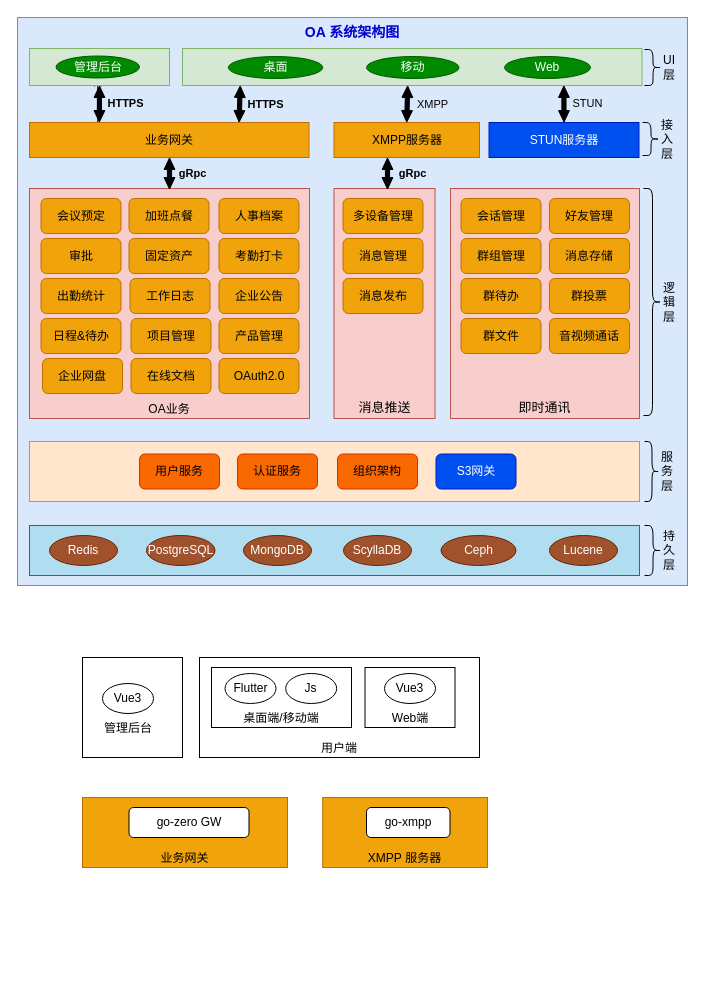
The draw.io diagram page "OA架构图" (3 of 4) of StreamOA架构设计.drawio in zebra-min/my-design, before the edit. Source tidied: cells renumbered, new cells numbered last; positions are measured from the earlier drawing's top-left corner, leaving out a move shared by most shapes. Both pictures are drawn from the tidied source at 100%, with x=0, y=0 at pixel (17, 17).
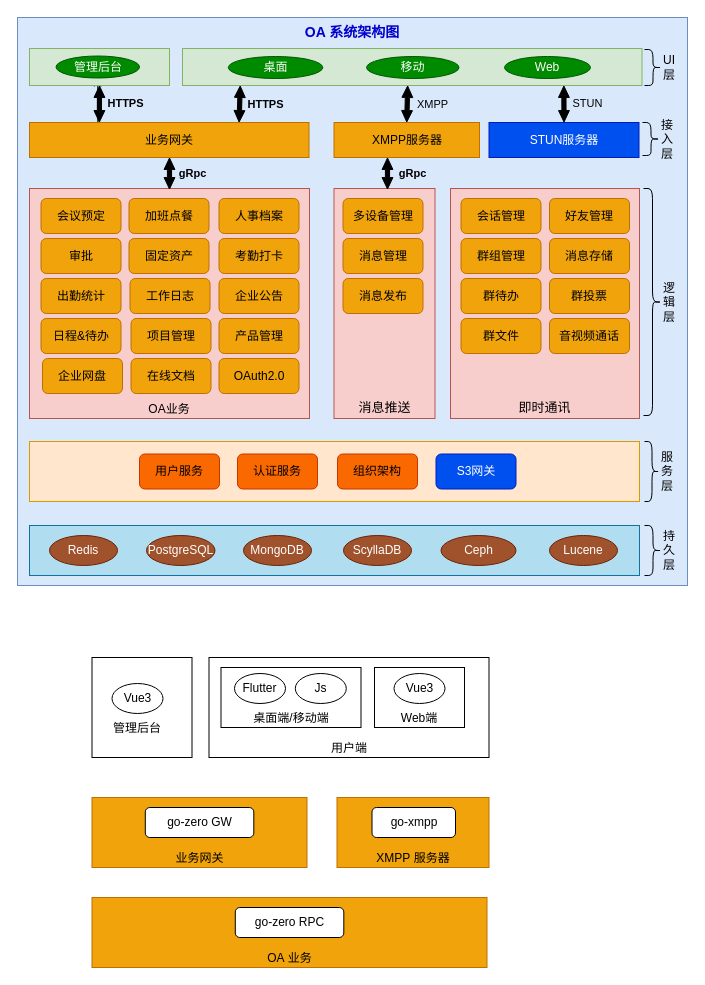
Above is the later version.

Commit message:
更新StreamOA架构设计.drawio

Diff of the diagram source:
```diff
@@
     <mxCell id="2" value="用户端" style="rounded=0;whiteSpace=wrap;html=1;verticalAlign=bottom;" parent="1" vertex="1">
-      <mxGeometry x="182" y="640" width="280" height="100" as="geometry" />
+      <mxGeometry x="191.5" y="640" width="280" height="100" as="geometry" />
     </mxCell>
@@
     <mxCell id="72" style="rounded=0;whiteSpace=wrap;html=1;verticalAlign=bottom;" parent="1" vertex="1">
-      <mxGeometry x="65" y="640" width="100" height="100" as="geometry" />
+      <mxGeometry x="74.5" y="640" width="100" height="100" as="geometry" />
     </mxCell>
     <mxCell id="73" value="Vue3" style="ellipse;whiteSpace=wrap;html=1;" parent="1" vertex="1">
-      <mxGeometry x="85" y="666" width="51" height="30" as="geometry" />
+      <mxGeometry x="94.5" y="666" width="51" height="30" as="geometry" />
     </mxCell>
     <mxCell id="74" value="桌面端/移动端" style="rounded=0;whiteSpace=wrap;html=1;verticalAlign=bottom;" parent="1" vertex="1">
-      <mxGeometry x="194" y="650" width="140" height="60" as="geometry" />
+      <mxGeometry x="203.5" y="650" width="140" height="60" as="geometry" />
     </mxCell>
     <mxCell id="75" value="Flutter" style="ellipse;whiteSpace=wrap;html=1;" parent="1" vertex="1">
-      <mxGeometry x="207.5" y="656" width="51" height="30" as="geometry" />
+      <mxGeometry x="217" y="656" width="51" height="30" as="geometry" />
     </mxCell>
     <mxCell id="76" value="Js" style="ellipse;whiteSpace=wrap;html=1;" parent="1" vertex="1">
-      <mxGeometry x="268.2" y="656" width="51" height="30" as="geometry" />
+      <mxGeometry x="277.8" y="656" width="51" height="30" as="geometry" />
     </mxCell>
     <mxCell id="77" value="Web端" style="rounded=0;whiteSpace=wrap;html=1;verticalAlign=bottom;" parent="1" vertex="1">
-      <mxGeometry x="347.5" y="650" width="90" height="60" as="geometry" />
+      <mxGeometry x="357" y="650" width="90" height="60" as="geometry" />
     </mxCell>
     <mxCell id="78" value="Vue3" style="ellipse;whiteSpace=wrap;html=1;" parent="1" vertex="1">
-      <mxGeometry x="367" y="656" width="51" height="30" as="geometry" />
+      <mxGeometry x="376.5" y="656" width="51" height="30" as="geometry" />
     </mxCell>
     <mxCell id="79" value="管理后台" style="text;html=1;align=center;verticalAlign=middle;whiteSpace=wrap;rounded=0;" parent="1" vertex="1">
-      <mxGeometry x="80.5" y="696" width="60" height="30" as="geometry" />
+      <mxGeometry x="90" y="696" width="60" height="30" as="geometry" />
     </mxCell>
     <mxCell id="80" value="业务网关" style="rounded=0;whiteSpace=wrap;html=1;fillColor=#f0a30a;strokeColor=#BD7000;fontColor=#000000;verticalAlign=bottom;" parent="1" vertex="1">
-      <mxGeometry x="65" y="780" width="205" height="70" as="geometry" />
+      <mxGeometry x="74.5" y="780" width="215" height="70" as="geometry" />
     </mxCell>
     <mxCell id="81" value="go-zero GW" style="rounded=1;whiteSpace=wrap;html=1;" parent="1" vertex="1">
-      <mxGeometry x="111.5" y="790" width="120" height="30" as="geometry" />
+      <mxGeometry x="127.8" y="790" width="108.5" height="30" as="geometry" />
     </mxCell>
     <mxCell id="82" value="XMPP&amp;nbsp;服务器" style="rounded=0;whiteSpace=wrap;html=1;fillColor=#f0a30a;strokeColor=#BD7000;fontColor=#000000;verticalAlign=bottom;" parent="1" vertex="1">
-      <mxGeometry x="305.2" y="780" width="164.8" height="70" as="geometry" />
+      <mxGeometry x="319.5" y="780" width="152" height="70" as="geometry" />
     </mxCell>
     <mxCell id="83" value="go-xmpp" style="rounded=1;whiteSpace=wrap;html=1;" parent="1" vertex="1">
-      <mxGeometry x="349" y="790" width="83.5" height="30" as="geometry" />
+      <mxGeometry x="354.5" y="790" width="83.5" height="30" as="geometry" />
     </mxCell>
+    <mxCell id="84" value="OA&amp;nbsp;业务" style="rounded=0;whiteSpace=wrap;html=1;fillColor=#f0a30a;fontColor=#000000;strokeColor=#BD7000;verticalAlign=bottom;" parent="1" vertex="1">
+      <mxGeometry x="74.5" y="880" width="395" height="70" as="geometry" />
+    </mxCell>
+    <mxCell id="85" value="go-zero&amp;nbsp;RPC" style="rounded=1;whiteSpace=wrap;html=1;" parent="1" vertex="1">
+      <mxGeometry x="217.8" y="890" width="108.5" height="30" as="geometry" />
+    </mxCell>
```
